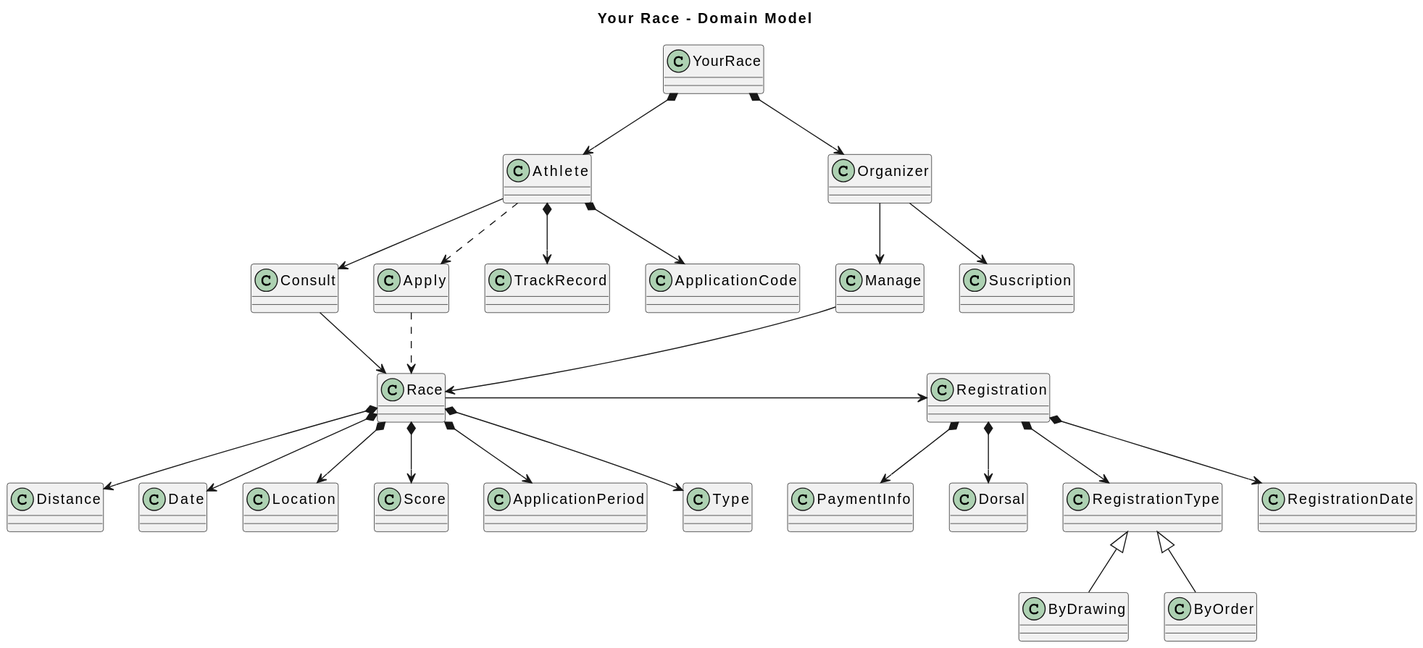
Above: docs/plantuml/DomainModel.svg in MasterCloudApps-Projects/your-race (PlantUML), before the change. Its diagram source:
```plantuml
@startuml
title Your Race - Domain Model

class YourRace
class Athlete
class Organizer
class Race
class Registration
class Distance
class Date
class Location
class Consult
class Manage
class Apply
class Score
class PaymentInfo
class Dorsal
class ApplicationPeriod
class TrackRecord
class Suscription

YourRace *--> Athlete
YourRace *--> Organizer

Organizer --> Manage

Athlete ..> Apply
Athlete --> Consult
Athlete *--> TrackRecord

Athlete *--> ApplicationCode

Apply ..> Race

Consult --> Race

Manage --> Race


Race *--> Distance
Race *--> Date
Race *--> Location
Race *--> Score
Race *--> Type
Race *--> ApplicationPeriod


Registration <-left- Race
Registration *--> PaymentInfo
Registration *--> Dorsal
Registration *--> RegistrationType
Registration *--> RegistrationDate

RegistrationType <|-- ByDrawing
RegistrationType <|-- ByOrder


Organizer --> Suscription
@enduml
```
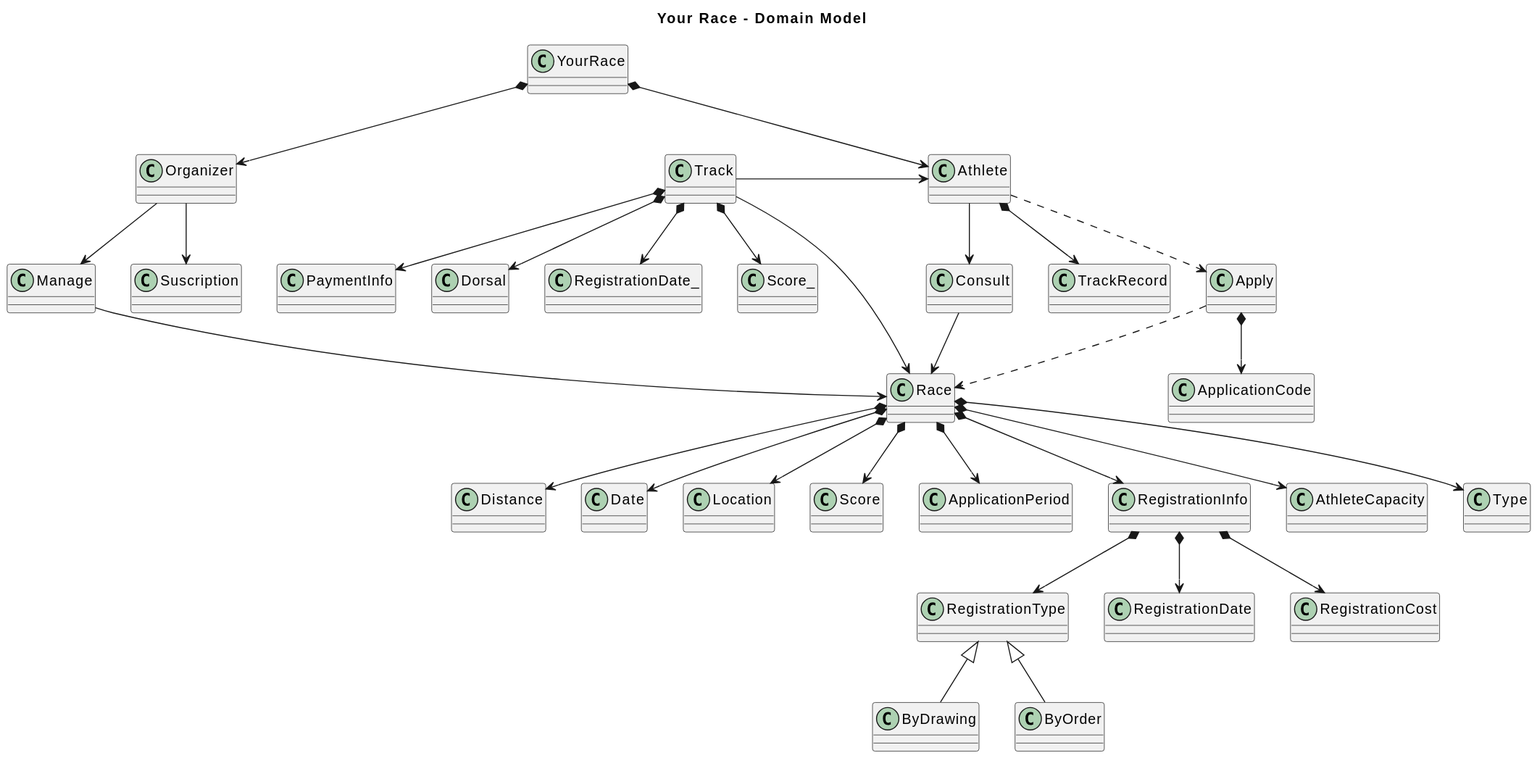
The same file after the commit.

Change to the diagram source:
```diff
@@ -5,7 +5,7 @@
 class Athlete
 class Organizer
 class Race
-class Registration
+class Track
 class Distance
 class Date
 class Location
@@ -18,6 +18,7 @@
 class ApplicationPeriod
 class TrackRecord
 class Suscription
+class RegistrationInfo
 
 YourRace *--> Athlete
 YourRace *--> Organizer
@@ -28,7 +29,7 @@
 Athlete --> Consult
 Athlete *--> TrackRecord
 
-Athlete *--> ApplicationCode
+Apply *--> ApplicationCode
 
 Apply ..> Race
 
@@ -38,22 +39,32 @@
 
 
 Race *--> Distance
+Race *--> AthleteCapacity
 Race *--> Date
 Race *--> Location
 Race *--> Score
 Race *--> Type
 Race *--> ApplicationPeriod
+Race *--> RegistrationInfo
 
 
-Registration <-left- Race
-Registration *--> PaymentInfo
-Registration *--> Dorsal
-Registration *--> RegistrationType
-Registration *--> RegistrationDate
+
+Track -right-> Race
+Track -right-> Athlete
+Track *--> RegistrationDate_
+Track *--> Dorsal
+Track *--> PaymentInfo
+Track *--> Score_
+
+RegistrationInfo *--> RegistrationType
+RegistrationInfo *--> RegistrationDate
+RegistrationInfo *--> RegistrationCost
 
 RegistrationType <|-- ByDrawing
 RegistrationType <|-- ByOrder
 
 
 Organizer --> Suscription
+
+
 @enduml
```
